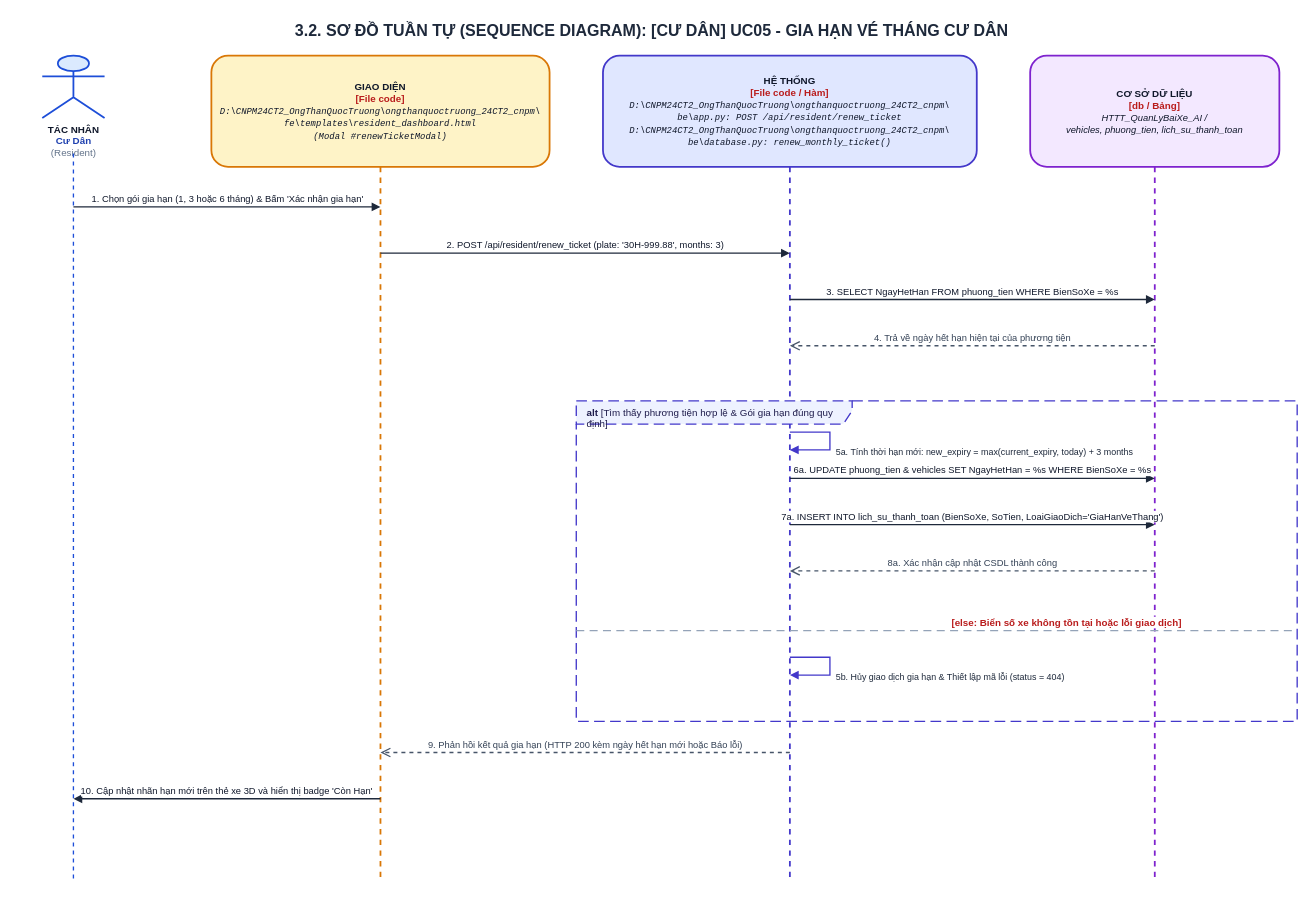
Before: ongthanquoctruong_24CT2_cnpm/docs/drawio/uc05_resident_renew_pass.drawio in Truong027/CNPM24, a draw.io diagram. Source tidied: cells renumbered, new cells numbered last; positions are measured from the earlier drawing's top-left corner, leaving out a move shared by most shapes. Both pictures are drawn from the tidied source at 89%, with x=0, y=0 at pixel (15, 15).
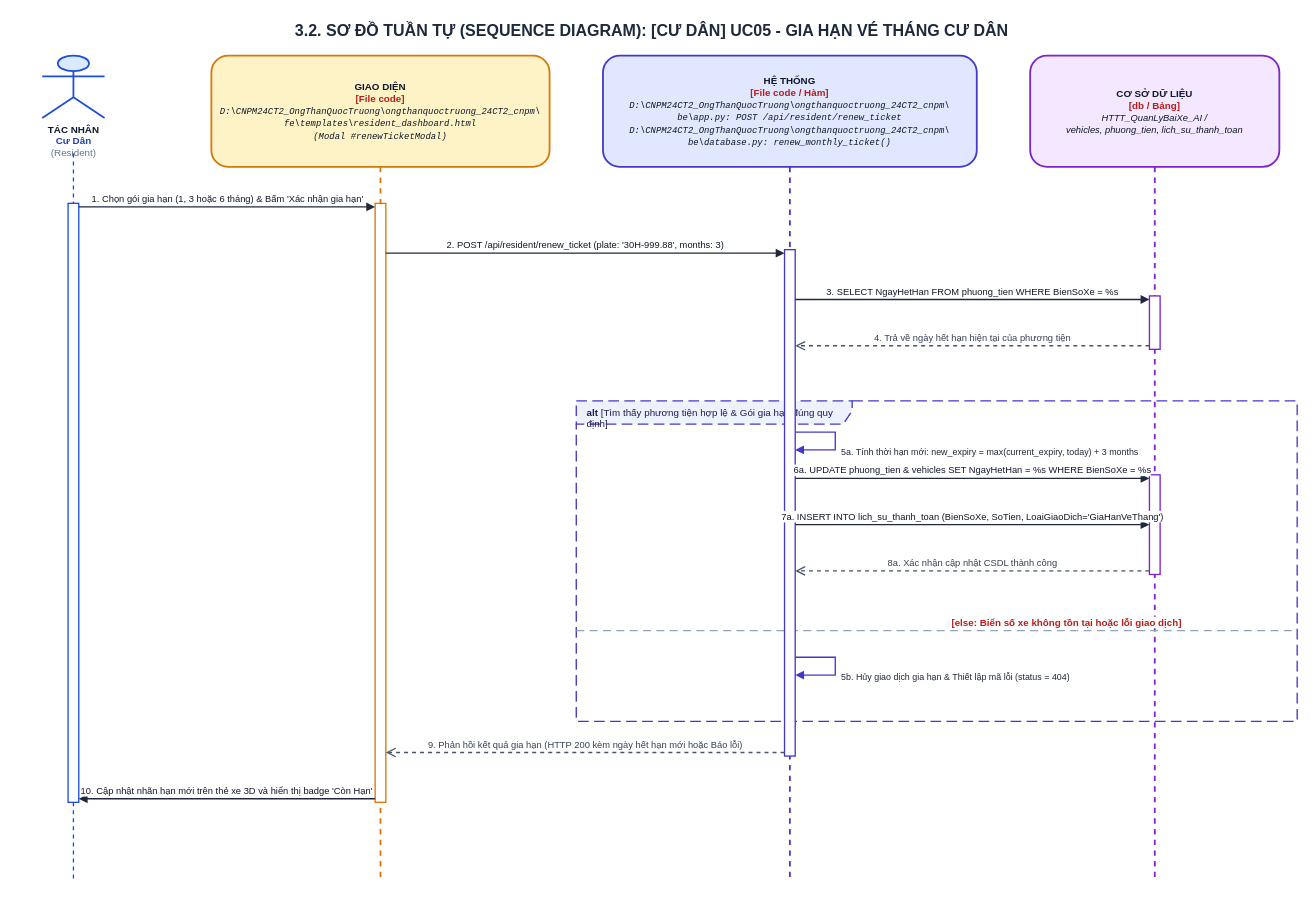
Above is the later version.

What changed in the source:
```diff
@@
+    <mxCell id="12" value="&lt;b&gt;alt&lt;/b&gt; [Tìm thấy phương tiện hợp lệ &amp; Gói gia hạn đúng quy định]" style="shape=umlFrame;whiteSpace=wrap;html=1;width=310;height=26;dashed=1;dashPattern=8 4;strokeColor=#4338CA;fillColor=#EEF2FF;strokeWidth=1.5;align=left;spacingLeft=10;verticalAlign=top;fontStyle=0;fontSize=11;fontColor=#1E1B4B;" parent="1" vertex="1">
+      <mxGeometry x="630" y="433" width="810" height="360" as="geometry" />
+    </mxCell>
+    <mxCell id="17" value="&lt;b&gt;[else: Biển số xe không tồn tại hoặc lỗi giao dịch]&lt;/b&gt;" style="html=1;strokeWidth=1.5;strokeColor=#94A3B8;dashed=1;dashPattern=6 4;endArrow=none;align=left;verticalAlign=bottom;spacingLeft=15;fontColor=#B91C1C;fontSize=11;fontStyle=0;" parent="1" edge="1">
+      <mxGeometry relative="1" as="geometry">
+        <mxPoint x="630" y="691" as="sourcePoint" />
+        <mxPoint x="1440" y="691" as="targetPoint" />
+      </mxGeometry>
+    </mxCell>
+    <mxCell id="21" style="html=1;perimeter=orthogonalPerimeter;targetShapes=umlLifeline;topToBottom=1;fillColor=#FFFFFF;strokeColor=#1D4ED8;strokeWidth=1.5;rounded=0;" parent="1" vertex="1">
+      <mxGeometry x="59" y="211" width="12" height="673" as="geometry" />
+    </mxCell>
+    <mxCell id="22" style="html=1;perimeter=orthogonalPerimeter;targetShapes=umlLifeline;topToBottom=1;fillColor=#FFFFFF;strokeColor=#D97706;strokeWidth=1.5;rounded=0;" parent="1" vertex="1">
+      <mxGeometry x="404" y="211" width="12" height="673" as="geometry" />
+    </mxCell>
+    <mxCell id="23" style="html=1;perimeter=orthogonalPerimeter;targetShapes=umlLifeline;topToBottom=1;fillColor=#FFFFFF;strokeColor=#4338CA;strokeWidth=1.5;rounded=0;" parent="1" vertex="1">
+      <mxGeometry x="864" y="263" width="12" height="569" as="geometry" />
+    </mxCell>
+    <mxCell id="24" style="html=1;perimeter=orthogonalPerimeter;targetShapes=umlLifeline;topToBottom=1;fillColor=#FFFFFF;strokeColor=#7E22CE;strokeWidth=1.5;rounded=0;" parent="1" vertex="1">
+      <mxGeometry x="1274" y="315" width="12" height="60" as="geometry" />
+    </mxCell>
+    <mxCell id="25" style="html=1;perimeter=orthogonalPerimeter;targetShapes=umlLifeline;topToBottom=1;fillColor=#FFFFFF;strokeColor=#7E22CE;strokeWidth=1.5;rounded=0;" parent="1" vertex="1">
+      <mxGeometry x="1274" y="516" width="12" height="112" as="geometry" />
+    </mxCell>
     <mxCell id="8" value="1. Chọn gói gia hạn (1, 3 hoặc 6 tháng) &amp; Bấm 'Xác nhận gia hạn'" style="html=1;verticalAlign=bottom;endArrow=block;rounded=0;strokeColor=#1E293B;strokeWidth=1.5;fontColor=#0F172A;fontSize=10.5;" parent="1" edge="1">
       <mxGeometry relative="1" as="geometry">
-        <mxPoint x="65" y="215" as="sourcePoint" />
-        <mxPoint x="410" y="215" as="targetPoint" />
+        <mxPoint x="71" y="215" as="sourcePoint" />
+        <mxPoint x="404" y="215" as="targetPoint" />
       </mxGeometry>
     </mxCell>
     <mxCell id="9" value="2. POST /api/resident/renew_ticket (plate: '30H-999.88', months: 3)" style="html=1;verticalAlign=bottom;endArrow=block;rounded=0;strokeColor=#1E293B;strokeWidth=1.5;fontColor=#0F172A;fontSize=10.5;" parent="1" edge="1">
       <mxGeometry relative="1" as="geometry">
-        <mxPoint x="410" y="267" as="sourcePoint" />
-        <mxPoint x="870" y="267" as="targetPoint" />
+        <mxPoint x="416" y="267" as="sourcePoint" />
+        <mxPoint x="864" y="267" as="targetPoint" />
       </mxGeometry>
     </mxCell>
     <mxCell id="10" value="3. SELECT NgayHetHan FROM phuong_tien WHERE BienSoXe = %s" style="html=1;verticalAlign=bottom;endArrow=block;rounded=0;strokeColor=#1E293B;strokeWidth=1.5;fontColor=#0F172A;fontSize=10.5;" parent="1" edge="1">
       <mxGeometry relative="1" as="geometry">
-        <mxPoint x="870" y="319" as="sourcePoint" />
-        <mxPoint x="1280" y="319" as="targetPoint" />
+        <mxPoint x="876" y="319" as="sourcePoint" />
+        <mxPoint x="1274" y="319" as="targetPoint" />
       </mxGeometry>
     </mxCell>
     <mxCell id="11" value="4. Trả về ngày hết hạn hiện tại của phương tiện" style="html=1;verticalAlign=bottom;endArrow=open;dashed=1;endSize=8;rounded=0;strokeColor=#475569;strokeWidth=1.5;fontColor=#334155;fontSize=10.5;" parent="1" edge="1">
       <mxGeometry relative="1" as="geometry">
-        <mxPoint x="1280" y="371" as="sourcePoint" />
-        <mxPoint x="870" y="371" as="targetPoint" />
+        <mxPoint x="1274" y="371" as="sourcePoint" />
+        <mxPoint x="876" y="371" as="targetPoint" />
       </mxGeometry>
     </mxCell>
-    <mxCell id="12" value="&lt;b&gt;alt&lt;/b&gt; [Tìm thấy phương tiện hợp lệ &amp; Gói gia hạn đúng quy định]" style="shape=umlFrame;whiteSpace=wrap;html=1;width=310;height=26;dashed=1;dashPattern=8 4;strokeColor=#4338CA;fillColor=#EEF2FF;strokeWidth=1.5;align=left;spacingLeft=10;verticalAlign=top;fontStyle=0;fontSize=11;fontColor=#1E1B4B;" parent="1" vertex="1">
-      <mxGeometry x="630" y="433" width="810" height="360" as="geometry" />
-    </mxCell>
     <mxCell id="13" value="5a. Tính thời hạn mới: new_expiry = max(current_expiry, today) + 3 months" style="html=1;align=left;spacingLeft=5;verticalAlign=top;endArrow=block;rounded=0;edgeStyle=orthogonalEdgeStyle;curved=0;strokeColor=#4338CA;strokeWidth=1.5;fontColor=#1E293B;fontSize=10;" parent="1" edge="1">
       <mxGeometry relative="1" as="geometry">
-        <mxPoint x="870" y="468" as="sourcePoint" />
-        <mxPoint x="870" y="488" as="targetPoint" />
+        <mxPoint x="876" y="468" as="sourcePoint" />
+        <mxPoint x="876" y="488" as="targetPoint" />
         <Array as="points">
-          <mxPoint x="915" y="468" />
-          <mxPoint x="915" y="488" />
+          <mxPoint x="921" y="468" />
+          <mxPoint x="921" y="488" />
         </Array>
       </mxGeometry>
     </mxCell>
     <mxCell id="14" value="6a. UPDATE phuong_tien &amp; vehicles SET NgayHetHan = %s WHERE BienSoXe = %s" style="html=1;verticalAlign=bottom;endArrow=block;rounded=0;strokeColor=#1E293B;strokeWidth=1.5;fontColor=#0F172A;fontSize=10.5;" parent="1" edge="1">
       <mxGeometry relative="1" as="geometry">
-        <mxPoint x="870" y="520" as="sourcePoint" />
-        <mxPoint x="1280" y="520" as="targetPoint" />
+        <mxPoint x="876" y="520" as="sourcePoint" />
+        <mxPoint x="1274" y="520" as="targetPoint" />
       </mxGeometry>
     </mxCell>
     <mxCell id="15" value="7a. INSERT INTO lich_su_thanh_toan (BienSoXe, SoTien, LoaiGiaoDich='GiaHanVeThang')" style="html=1;verticalAlign=bottom;endArrow=block;rounded=0;strokeColor=#1E293B;strokeWidth=1.5;fontColor=#0F172A;fontSize=10.5;" parent="1" edge="1">
       <mxGeometry relative="1" as="geometry">
-        <mxPoint x="870" y="572" as="sourcePoint" />
-        <mxPoint x="1280" y="572" as="targetPoint" />
+        <mxPoint x="876" y="572" as="sourcePoint" />
+        <mxPoint x="1274" y="572" as="targetPoint" />
       </mxGeometry>
     </mxCell>
     <mxCell id="16" value="8a. Xác nhận cập nhật CSDL thành công" style="html=1;verticalAlign=bottom;endArrow=open;dashed=1;endSize=8;rounded=0;strokeColor=#475569;strokeWidth=1.5;fontColor=#334155;fontSize=10.5;" parent="1" edge="1">
       <mxGeometry relative="1" as="geometry">
-        <mxPoint x="1280" y="624" as="sourcePoint" />
-        <mxPoint x="870" y="624" as="targetPoint" />
+        <mxPoint x="1274" y="624" as="sourcePoint" />
+        <mxPoint x="876" y="624" as="targetPoint" />
       </mxGeometry>
     </mxCell>
-    <mxCell id="17" value="&lt;b&gt;[else: Biển số xe không tồn tại hoặc lỗi giao dịch]&lt;/b&gt;" style="html=1;strokeWidth=1.5;strokeColor=#94A3B8;dashed=1;dashPattern=6 4;endArrow=none;align=left;verticalAlign=bottom;spacingLeft=15;fontColor=#B91C1C;fontSize=11;fontStyle=0;" parent="1" edge="1">
-      <mxGeometry relative="1" as="geometry">
-        <mxPoint x="630" y="691" as="sourcePoint" />
-        <mxPoint x="1440" y="691" as="targetPoint" />
-      </mxGeometry>
-    </mxCell>
     <mxCell id="18" value="5b. Hủy giao dịch gia hạn &amp; Thiết lập mã lỗi (status = 404)" style="html=1;align=left;spacingLeft=5;verticalAlign=top;endArrow=block;rounded=0;edgeStyle=orthogonalEdgeStyle;curved=0;strokeColor=#4338CA;strokeWidth=1.5;fontColor=#1E293B;fontSize=10;" parent="1" edge="1">
       <mxGeometry relative="1" as="geometry">
-        <mxPoint x="870" y="721" as="sourcePoint" />
-        <mxPoint x="870" y="741" as="targetPoint" />
+        <mxPoint x="876" y="721" as="sourcePoint" />
+        <mxPoint x="876" y="741" as="targetPoint" />
         <Array as="points">
-          <mxPoint x="915" y="721" />
-          <mxPoint x="915" y="741" />
+          <mxPoint x="921" y="721" />
+          <mxPoint x="921" y="741" />
         </Array>
       </mxGeometry>
     </mxCell>
     <mxCell id="19" value="9. Phản hồi kết quả gia hạn (HTTP 200 kèm ngày hết hạn mới hoặc Báo lỗi)" style="html=1;verticalAlign=bottom;endArrow=open;dashed=1;endSize=8;rounded=0;strokeColor=#475569;strokeWidth=1.5;fontColor=#334155;fontSize=10.5;" parent="1" edge="1">
       <mxGeometry relative="1" as="geometry">
-        <mxPoint x="870" y="828" as="sourcePoint" />
-        <mxPoint x="410" y="828" as="targetPoint" />
+        <mxPoint x="864" y="828" as="sourcePoint" />
+        <mxPoint x="416" y="828" as="targetPoint" />
       </mxGeometry>
     </mxCell>
     <mxCell id="20" value="10. Cập nhật nhãn hạn mới trên thẻ xe 3D và hiển thị badge 'Còn Hạn'" style="html=1;verticalAlign=bottom;endArrow=block;rounded=0;strokeColor=#1E293B;strokeWidth=1.5;fontColor=#0F172A;fontSize=10.5;" parent="1" edge="1">
       <mxGeometry relative="1" as="geometry">
-        <mxPoint x="410" y="880" as="sourcePoint" />
-        <mxPoint x="65" y="880" as="targetPoint" />
+        <mxPoint x="404" y="880" as="sourcePoint" />
+        <mxPoint x="71" y="880" as="targetPoint" />
       </mxGeometry>
     </mxCell>
```
